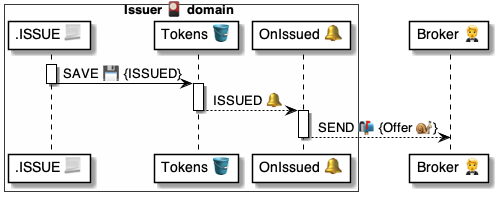
pollyweb-org/pollyweb-docs keeps this PlantUML diagram as 4 ⚙️ Solution/41 🎭 Domain Roles/Issuers 🎴/🎴🪣 Issuer tables/Tokens 🎫 table/🪣🔔 Issued event/🎴 OnTokenIssued ⚙️ uml.png. Above is the earlier version. Its source is kept beside it as 4 ⚙️ Solution/41 🎭 Domain Roles/Issuers 🎴/🎴🪣 Issuer tables/Tokens 🎫 table/🪣🔔 Issued event/🎴 OnTokenIssued ⚙️ uml.puml. Its diagram source:
```plantuml
@startuml OnTokenIssued

box Issuer 🎴 domain #FFFFFA
    participant ".ISSUE 📃" as script
    participant "Tokens 🪣" as tokens
    participant "OnIssued 🔔" as handler
end box
participant "Broker 🤵" as broker


activate script
    script -> tokens: SAVE 💾 {ISSUED}
deactivate script

activate tokens
    tokens --> handler: ISSUED 🔔
deactivate tokens

activate handler
    handler --> broker: SEND 📬 {Offer 🐌}
deactivate handler

@enduml
```
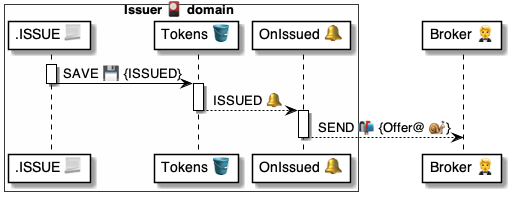
After the commit.

Diff of the diagram source:
```diff
@@ -17,7 +17,7 @@
 deactivate tokens
 
 activate handler
-    handler --> broker: SEND 📬 {Offer 🐌}
+    handler --> broker: SEND 📬 {Offer@ 🐌}
 deactivate handler
 
 @enduml
```
